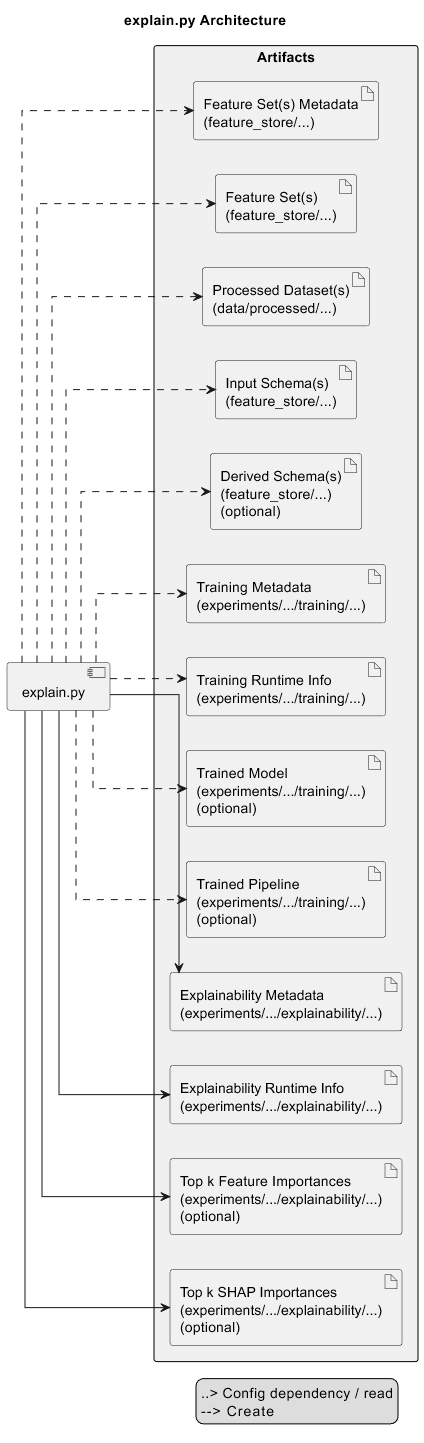
Earlier version of the PlantUML export docs/architecture/img/explain.png (Sebastijan-Dominis/ml-workflow-engine). Its source is kept beside it as docs/architecture/uml/explain.puml. Source of this version:
```plantuml
@startuml explain.py Architecture
title explain.py Architecture
left to right direction

skinparam shadowing false
skinparam linetype ortho
skinparam packageStyle rectangle

skinparam package {
    BorderColor black
    BackgroundColor #f0f0f0
    Shadowing false
}

component script as "explain.py"

package "Artifacts" {
    artifact feature_sets_metadata as "Feature Set(s) Metadata\n(feature_store/...)"
    artifact features as "Feature Set(s)\n(feature_store/...)"
    artifact processed_datasets as "Processed Dataset(s)\n(data/processed/...)"
    artifact input_schemas as "Input Schema(s)\n(feature_store/...)"
    artifact derived_schemas as "Derived Schema(s)\n(feature_store/...)\n(optional)"
    artifact training_metadata as "Training Metadata\n(experiments/.../training/...)"
    artifact training_runtime_info as "Training Runtime Info\n(experiments/.../training/...)"
    artifact model as "Trained Model\n(experiments/.../training/...)\n(optional)"
    artifact pipeline as "Trained Pipeline\n(experiments/.../training/...)\n(optional)"
    artifact explainability_metadata as "Explainability Metadata\n(experiments/.../explainability/...)"
    artifact explainability_runtime_info as "Explainability Runtime Info\n(experiments/.../explainability/...)"
    artifact top_k_feature_importances as "Top k Feature Importances\n(experiments/.../explainability/...)\n(optional)"
    artifact top_k_shap_importances as "Top k SHAP Importances\n(experiments/.../explainability/...)\n(optional)"
}

script ..> feature_sets_metadata
script ..> features
script ..> processed_datasets
script ..> input_schemas
script ..> derived_schemas
script ..> model
script ..> pipeline
script ..> training_metadata
script ..> training_runtime_info

script --> explainability_metadata
script --> explainability_runtime_info
script --> top_k_feature_importances
script --> top_k_shap_importances

legend right
..>   Config dependency / read
-->   Create
endlegend

@enduml
```
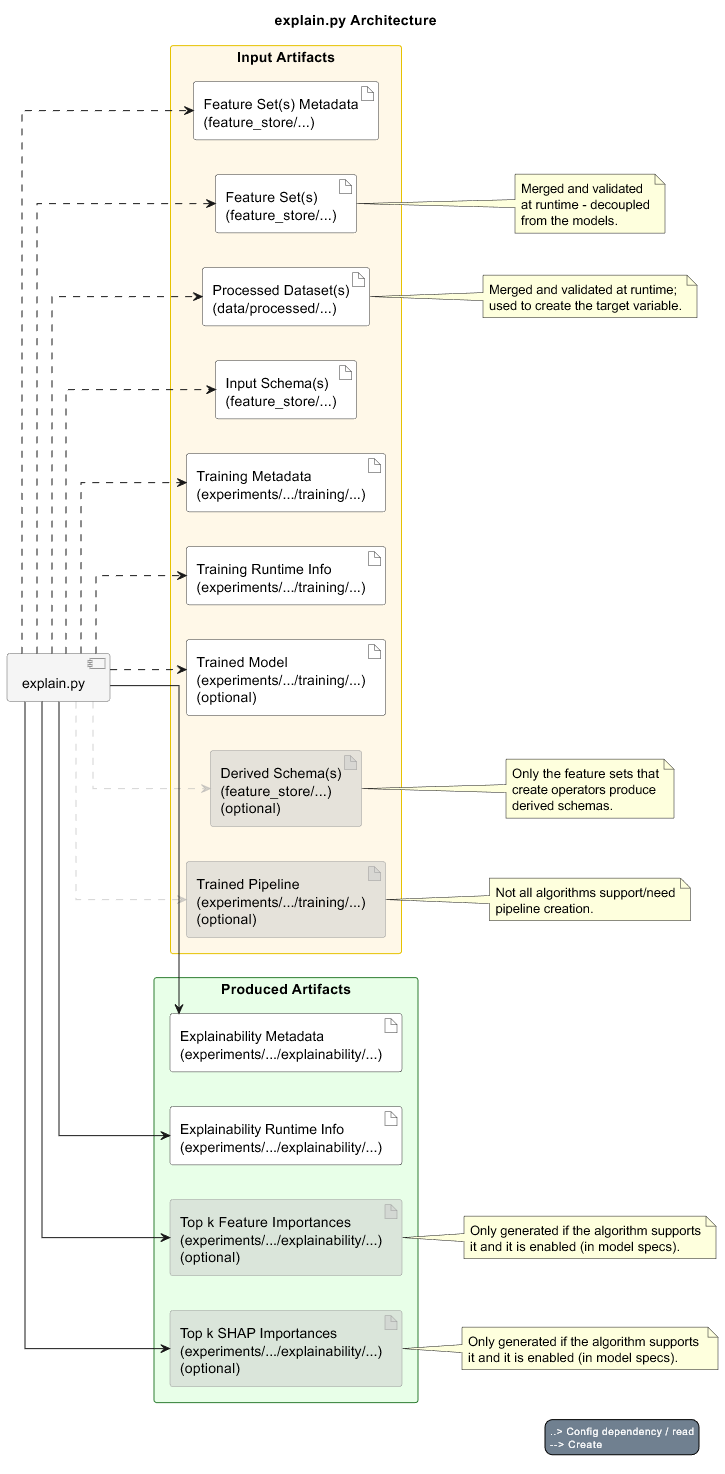
After the change.

Diff of the diagram source:
```diff
@@ -1,49 +1,79 @@
 @startuml explain.py Architecture
 title explain.py Architecture
+!include architecture-theme.puml
 left to right direction
 
 skinparam shadowing false
 skinparam linetype ortho
 skinparam packageStyle rectangle
 
-skinparam package {
-    BorderColor black
-    BackgroundColor #f0f0f0
-    Shadowing false
+component script as "explain.py" <<script>>
+
+package "Input Artifacts"<<InputArtifacts>> {
+    artifact feature_sets_metadata as "Feature Set(s) Metadata\n(feature_store/...)" <<artifact>>
+    artifact feature_sets as "Feature Set(s)\n(feature_store/...)" <<artifact>>
+    artifact processed_datasets as "Processed Dataset(s)\n(data/processed/...)" <<artifact>>
+    artifact input_schemas as "Input Schema(s)\n(feature_store/...)" <<artifact>>
+    artifact training_metadata as "Training Metadata\n(experiments/.../training/...)" <<artifact>>
+    artifact training_runtime_info as "Training Runtime Info\n(experiments/.../training/...)" <<artifact>>
+    artifact model as "Trained Model\n(experiments/.../training/...)\n(optional)" <<artifact>>
+    artifact derived_schemas as "Derived Schema(s)\n(feature_store/...)\n(optional)" <<artifact_optional>>
+    artifact pipeline as "Trained Pipeline\n(experiments/.../training/...)\n(optional)" <<artifact_optional>>
 }
 
-component script as "explain.py"
-
-package "Artifacts" {
-    artifact feature_sets_metadata as "Feature Set(s) Metadata\n(feature_store/...)"
-    artifact features as "Feature Set(s)\n(feature_store/...)"
-    artifact processed_datasets as "Processed Dataset(s)\n(data/processed/...)"
-    artifact input_schemas as "Input Schema(s)\n(feature_store/...)"
-    artifact derived_schemas as "Derived Schema(s)\n(feature_store/...)\n(optional)"
-    artifact training_metadata as "Training Metadata\n(experiments/.../training/...)"
-    artifact training_runtime_info as "Training Runtime Info\n(experiments/.../training/...)"
-    artifact model as "Trained Model\n(experiments/.../training/...)\n(optional)"
-    artifact pipeline as "Trained Pipeline\n(experiments/.../training/...)\n(optional)"
-    artifact explainability_metadata as "Explainability Metadata\n(experiments/.../explainability/...)"
-    artifact explainability_runtime_info as "Explainability Runtime Info\n(experiments/.../explainability/...)"
-    artifact top_k_feature_importances as "Top k Feature Importances\n(experiments/.../explainability/...)\n(optional)"
-    artifact top_k_shap_importances as "Top k SHAP Importances\n(experiments/.../explainability/...)\n(optional)"
+package "Produced Artifacts"<<ProducedArtifacts>> {
+    artifact explainability_metadata as "Explainability Metadata\n(experiments/.../explainability/...)" <<artifact>>
+    artifact explainability_runtime_info as "Explainability Runtime Info\n(experiments/.../explainability/...)" <<artifact>>
+    artifact top_k_feature_importances as "Top k Feature Importances\n(experiments/.../explainability/...)\n(optional)" <<artifact_optional>>
+    artifact top_k_shap_importances as "Top k SHAP Importances\n(experiments/.../explainability/...)\n(optional)" <<artifact_optional>>
 }
 
 script ..> feature_sets_metadata
-script ..> features
+script ..> feature_sets
 script ..> processed_datasets
 script ..> input_schemas
-script ..> derived_schemas
 script ..> model
-script ..> pipeline
 script ..> training_metadata
 script ..> training_runtime_info
+script ..[#AAAAAA80]> derived_schemas
+script ..[#AAAAAA80]> pipeline
 
 script --> explainability_metadata
 script --> explainability_runtime_info
 script --> top_k_feature_importances
 script --> top_k_shap_importances
+
+note right of derived_schemas
+Only the feature sets that
+create operators produce
+derived schemas.
+end note
+
+note right of pipeline
+Not all algorithms support/need
+pipeline creation.
+end note
+
+note right of feature_sets
+Merged and validated
+at runtime - decoupled
+from the models.
+end note
+
+note right of processed_datasets
+Merged and validated at runtime;
+used to create the target variable.
+end note
+
+note right of top_k_feature_importances
+Only generated if the algorithm supports
+it and it is enabled (in model specs).
+end note
+
+note right of top_k_shap_importances
+Only generated if the algorithm supports
+it and it is enabled (in model specs).
+end note
 
 legend right
 ..>   Config dependency / read
```
